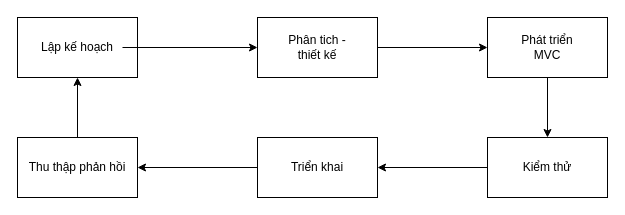
Before: mô hình phát triển phần mềm.drawio in H0ngQuang/TTCS, a draw.io diagram. Source tidied: cells renumbered, new cells numbered last; positions are measured from the earlier drawing's top-left corner, leaving out a move shared by most shapes. Both pictures are drawn from the tidied source at 100%, with x=0, y=0 at pixel (17, 17).
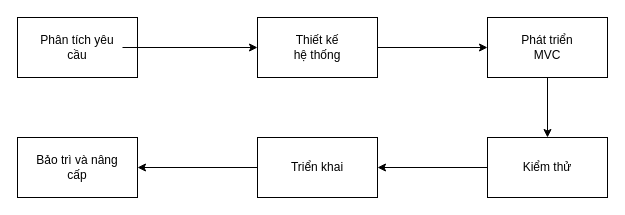
After the change.

Commit message:
Cập nhật mô hình phát triển phần mềm.drawio

Diff of the diagram source:
```diff
@@
 <mxGraphModel>
   <root>
     <mxCell id="0" />
     <mxCell id="1" parent="0" />
     <mxCell id="2" style="rounded=0;whiteSpace=wrap;html=1;" parent="1" vertex="1">
       <mxGeometry width="120" height="60" as="geometry" />
     </mxCell>
     <mxCell id="3" style="edgeStyle=orthogonalEdgeStyle;rounded=0;jettySize=auto;html=1;entryX=0.5;entryY=0;entryDx=0;entryDy=0;" parent="1" edge="1" source="4" target="12">
       <mxGeometry relative="1" as="geometry" />
     </mxCell>
     <mxCell id="4" style="rounded=0;whiteSpace=wrap;html=1;" parent="1" vertex="1">
       <mxGeometry x="470" width="120" height="60" as="geometry" />
     </mxCell>
     <mxCell id="5" style="edgeStyle=orthogonalEdgeStyle;rounded=0;jettySize=auto;html=1;entryX=0;entryY=0.5;entryDx=0;entryDy=0;" parent="1" edge="1" source="6" target="4">
       <mxGeometry relative="1" as="geometry" />
     </mxCell>
     <mxCell id="6" style="rounded=0;whiteSpace=wrap;html=1;" parent="1" vertex="1">
       <mxGeometry x="240" width="120" height="60" as="geometry" />
     </mxCell>
-    <mxCell id="7" style="edgeStyle=orthogonalEdgeStyle;rounded=0;jettySize=auto;html=1;entryX=0.5;entryY=1;entryDx=0;entryDy=0;" parent="1" edge="1" source="8" target="2">
-      <mxGeometry relative="1" as="geometry" />
-    </mxCell>
     <mxCell id="8" style="rounded=0;whiteSpace=wrap;html=1;" parent="1" vertex="1">
       <mxGeometry y="120" width="120" height="60" as="geometry" />
     </mxCell>
     <mxCell id="9" style="edgeStyle=orthogonalEdgeStyle;rounded=0;jettySize=auto;html=1;entryX=1;entryY=0.5;entryDx=0;entryDy=0;" parent="1" edge="1" source="10" target="8">
       <mxGeometry relative="1" as="geometry" />
     </mxCell>
     <mxCell id="10" style="rounded=0;whiteSpace=wrap;html=1;" parent="1" vertex="1">
       <mxGeometry x="240" y="120" width="120" height="60" as="geometry" />
     </mxCell>
     <mxCell id="11" style="edgeStyle=orthogonalEdgeStyle;rounded=0;jettySize=auto;html=1;entryX=1;entryY=0.5;entryDx=0;entryDy=0;" parent="1" edge="1" source="12" target="10">
       <mxGeometry relative="1" as="geometry" />
     </mxCell>
     <mxCell id="12" style="rounded=0;whiteSpace=wrap;html=1;" parent="1" vertex="1">
       <mxGeometry x="470" y="120" width="120" height="60" as="geometry" />
     </mxCell>
     <mxCell id="13" style="edgeStyle=orthogonalEdgeStyle;rounded=0;jettySize=auto;html=1;entryX=0;entryY=0.5;entryDx=0;entryDy=0;" parent="1" edge="1" source="14" target="6">
       <mxGeometry relative="1" as="geometry" />
     </mxCell>
-    <mxCell id="14" value="Lập kế hoạch" style="text;html=1;align=center;verticalAlign=middle;whiteSpace=wrap;rounded=0;" parent="1" vertex="1">
+    <mxCell id="14" value="Phân tích yêu cầu" style="text;html=1;align=center;verticalAlign=middle;whiteSpace=wrap;rounded=0;" parent="1" vertex="1">
       <mxGeometry x="15" y="15" width="90" height="30" as="geometry" />
     </mxCell>
-    <mxCell id="15" value="Phân tich - thiết kế" style="text;html=1;align=center;verticalAlign=middle;whiteSpace=wrap;rounded=0;" parent="1" vertex="1">
+    <mxCell id="15" value="Thiết kế hệ thống" style="text;html=1;align=center;verticalAlign=middle;whiteSpace=wrap;rounded=0;" parent="1" vertex="1">
       <mxGeometry x="270" y="15" width="60" height="30" as="geometry" />
     </mxCell>
     <mxCell id="16" value="Phát triển MVC" style="text;html=1;align=center;verticalAlign=middle;whiteSpace=wrap;rounded=0;" parent="1" vertex="1">
       <mxGeometry x="500" y="15" width="60" height="30" as="geometry" />
     </mxCell>
     <mxCell id="17" value="Kiểm thử" style="text;html=1;align=center;verticalAlign=middle;whiteSpace=wrap;rounded=0;" parent="1" vertex="1">
       <mxGeometry x="500" y="135" width="60" height="30" as="geometry" />
     </mxCell>
     <mxCell id="18" value="Triển khai" style="text;html=1;align=center;verticalAlign=middle;whiteSpace=wrap;rounded=0;" parent="1" vertex="1">
       <mxGeometry x="270" y="135" width="60" height="30" as="geometry" />
     </mxCell>
-    <mxCell id="19" value="Thu thập phản hồi" style="text;html=1;align=center;verticalAlign=middle;whiteSpace=wrap;rounded=0;" parent="1" vertex="1">
+    <mxCell id="19" value="Bảo trì và nâng cấp" style="text;html=1;align=center;verticalAlign=middle;whiteSpace=wrap;rounded=0;" parent="1" vertex="1">
       <mxGeometry x="10" y="135" width="100" height="30" as="geometry" />
     </mxCell>
   </root>
 </mxGraphModel>
```
